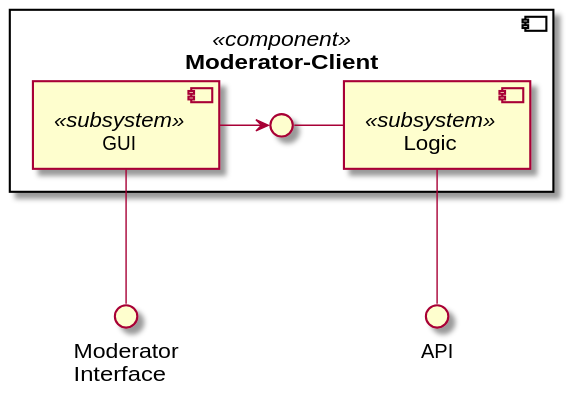
Brotenko/QualityQuest keeps this PlantUML diagram as Docs/Technical Specifications/docs/diagrams/ComponentDiagrams/ModeratorClientComponentDiagram.svg. Above is the earlier version.
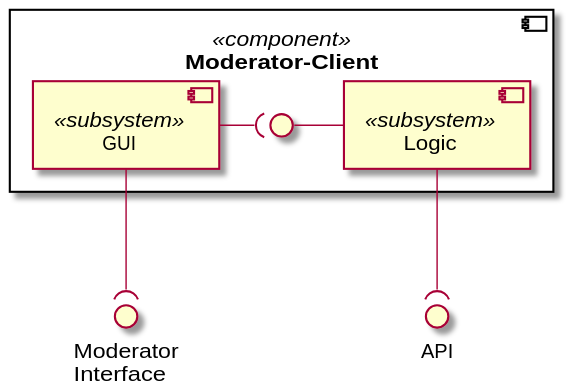
Later version of the same file.

Commit message:
updated diagram svgses

What changed in the source:
```diff
@@ -8,8 +8,8 @@
     () " " as empty
 }
 
-API -up- Logic
-mi -up- GUI
+API )-up- Logic
+mi )-up- GUI
 empty - Logic
-GUI -> empty
+GUI -( empty
 @enduml
```
